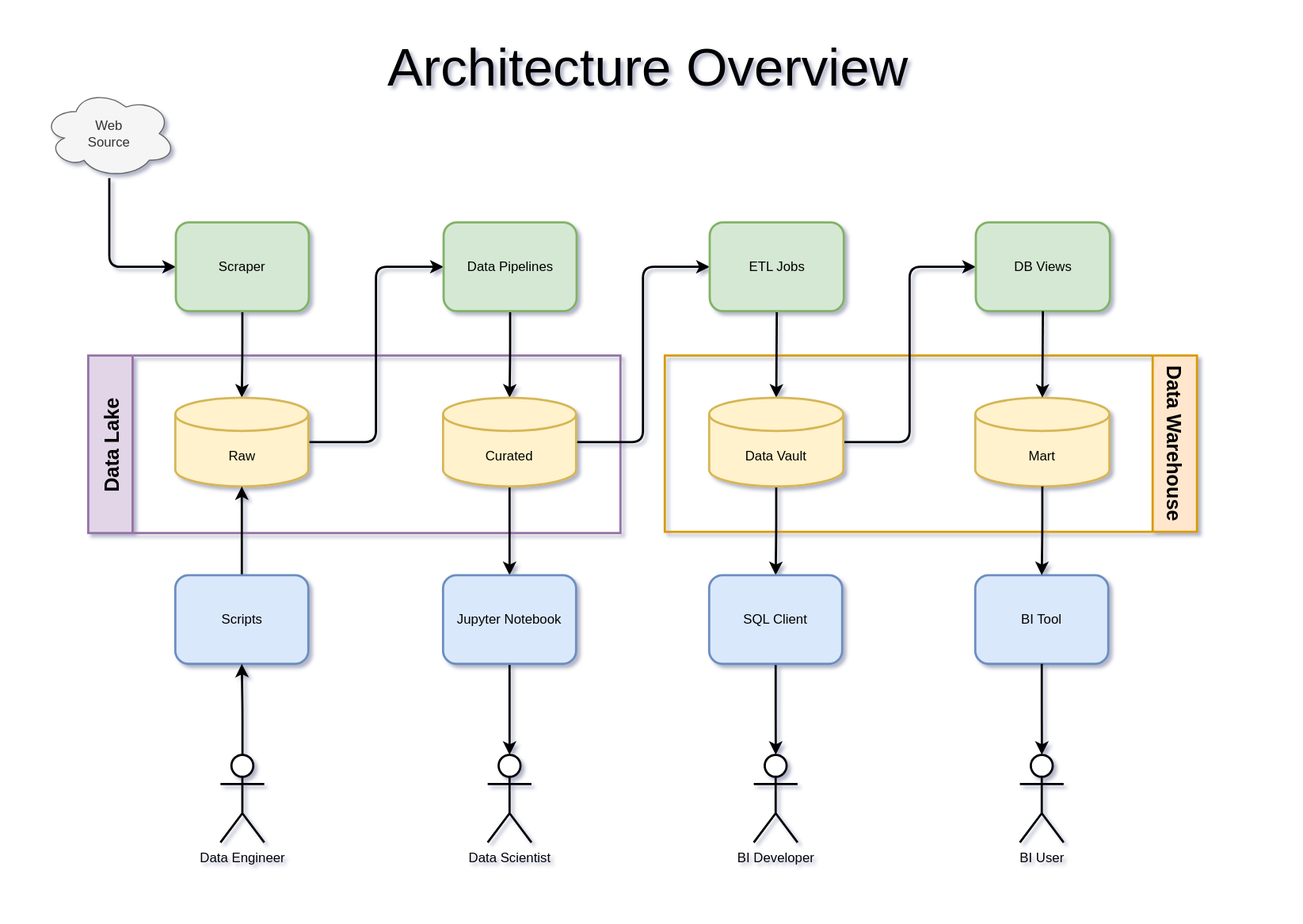
Earlier version of the draw.io export doc/architecture-overview.drawio.svg (petracarrion/job-market-analytics). Source tidied: cells renumbered, new cells last; positions are measured from the earlier drawing's top-left corner, leaving out a move shared by most shapes. Source of this version:
```xml
<mxGraphModel shadow="1">
  <root>
    <mxCell id="0" />
    <mxCell id="1" parent="0" />
    <mxCell id="2" value="Data Lake" style="swimlane;horizontal=0;fontSize=18;startSize=40;fillColor=#e1d5e7;strokeColor=#9673a6;strokeWidth=2;" parent="1" vertex="1">
      <mxGeometry x="41" y="280" width="480" height="160" as="geometry" />
    </mxCell>
    <mxCell id="3" value="Data Warehouse" style="swimlane;horizontal=0;fontSize=18;startSize=40;fillColor=#ffe6cc;strokeColor=#d79b00;rotation=-180;strokeWidth=2;" parent="1" vertex="1">
      <mxGeometry x="561" y="280" width="480" height="159" as="geometry" />
    </mxCell>
    <mxCell id="4" style="edgeStyle=orthogonalEdgeStyle;rounded=1;sketch=0;jumpStyle=arc;jettySize=auto;html=1;entryX=0;entryY=0.5;entryDx=0;entryDy=0;shadow=0;fontSize=18;fontColor=#E6E6E6;strokeWidth=2;" parent="1" edge="1" source="5" target="7">
      <mxGeometry relative="1" as="geometry" />
    </mxCell>
    <mxCell id="5" value="Web&lt;br&gt;Source" style="ellipse;shape=cloud;whiteSpace=wrap;html=1;fillColor=#f5f5f5;strokeColor=#666666;fontColor=#333333;" parent="1" vertex="1">
      <mxGeometry y="40" width="120" height="80" as="geometry" />
    </mxCell>
    <mxCell id="6" style="edgeStyle=orthogonalEdgeStyle;rounded=1;jettySize=auto;html=1;strokeWidth=2;" parent="1" edge="1" source="7" target="9">
      <mxGeometry relative="1" as="geometry" />
    </mxCell>
    <mxCell id="7" value="Scraper" style="rounded=1;whiteSpace=wrap;html=1;fillColor=#d5e8d4;strokeColor=#82b366;strokeWidth=2;perimeterSpacing=0;" parent="1" vertex="1">
      <mxGeometry x="120" y="160" width="120" height="80" as="geometry" />
    </mxCell>
    <mxCell id="8" style="edgeStyle=orthogonalEdgeStyle;rounded=1;jettySize=auto;html=1;entryX=0;entryY=0.5;entryDx=0;entryDy=0;strokeWidth=2;" parent="1" edge="1" source="9" target="11">
      <mxGeometry relative="1" as="geometry" />
    </mxCell>
    <mxCell id="9" value="Raw" style="shape=cylinder3;whiteSpace=wrap;html=1;boundedLbl=1;backgroundOutline=1;size=15;fillColor=#fff2cc;strokeColor=#d6b656;strokeWidth=2;perimeterSpacing=0;" parent="1" vertex="1">
      <mxGeometry x="119.5" y="318" width="120" height="80" as="geometry" />
    </mxCell>
    <mxCell id="10" style="edgeStyle=orthogonalEdgeStyle;rounded=1;jettySize=auto;html=1;strokeWidth=2;" parent="1" edge="1" source="11" target="14">
      <mxGeometry relative="1" as="geometry" />
    </mxCell>
    <mxCell id="11" value="Data Pipelines" style="rounded=1;whiteSpace=wrap;html=1;fillColor=#d5e8d4;strokeColor=#82b366;strokeWidth=2;perimeterSpacing=0;" parent="1" vertex="1">
      <mxGeometry x="361.5" y="160" width="120" height="80" as="geometry" />
    </mxCell>
    <mxCell id="12" style="edgeStyle=orthogonalEdgeStyle;rounded=1;jettySize=auto;html=1;entryX=0;entryY=0.5;entryDx=0;entryDy=0;strokeWidth=2;" parent="1" edge="1" source="14" target="16">
      <mxGeometry relative="1" as="geometry" />
    </mxCell>
    <mxCell id="13" style="edgeStyle=orthogonalEdgeStyle;rounded=1;jettySize=auto;html=1;entryX=0.5;entryY=0;entryDx=0;entryDy=0;fontSize=48;strokeWidth=2;" parent="1" edge="1" source="14" target="25">
      <mxGeometry relative="1" as="geometry" />
    </mxCell>
    <mxCell id="14" value="Curated" style="shape=cylinder3;whiteSpace=wrap;html=1;boundedLbl=1;backgroundOutline=1;size=15;fillColor=#fff2cc;strokeColor=#d6b656;strokeWidth=2;perimeterSpacing=0;" parent="1" vertex="1">
      <mxGeometry x="361" y="318" width="120" height="80" as="geometry" />
    </mxCell>
    <mxCell id="15" style="edgeStyle=orthogonalEdgeStyle;rounded=1;jettySize=auto;html=1;entryX=0.5;entryY=0;entryDx=0;entryDy=0;entryPerimeter=0;strokeWidth=2;jumpStyle=arc;shadow=0;sketch=0;" parent="1" edge="1" source="16" target="19">
      <mxGeometry relative="1" as="geometry" />
    </mxCell>
    <mxCell id="16" value="ETL Jobs" style="rounded=1;whiteSpace=wrap;html=1;fillColor=#d5e8d4;strokeColor=#82b366;strokeWidth=2;perimeterSpacing=0;" parent="1" vertex="1">
      <mxGeometry x="601.5" y="160" width="121" height="80" as="geometry" />
    </mxCell>
    <mxCell id="17" style="edgeStyle=orthogonalEdgeStyle;rounded=1;jettySize=auto;html=1;strokeWidth=2;" parent="1" edge="1" source="19" target="21">
      <mxGeometry relative="1" as="geometry" />
    </mxCell>
    <mxCell id="18" style="edgeStyle=orthogonalEdgeStyle;rounded=1;sketch=0;jumpStyle=arc;jettySize=auto;html=1;entryX=0;entryY=0.5;entryDx=0;entryDy=0;shadow=0;fontSize=18;fontColor=#E6E6E6;strokeWidth=2;" parent="1" edge="1" source="19" target="31">
      <mxGeometry relative="1" as="geometry" />
    </mxCell>
    <mxCell id="19" value="Data Vault" style="shape=cylinder3;whiteSpace=wrap;html=1;boundedLbl=1;backgroundOutline=1;size=15;fillColor=#fff2cc;strokeColor=#d6b656;strokeWidth=2;perimeterSpacing=0;" parent="1" vertex="1">
      <mxGeometry x="601" y="318" width="121" height="80" as="geometry" />
    </mxCell>
    <mxCell id="20" style="edgeStyle=orthogonalEdgeStyle;rounded=1;jettySize=auto;html=1;strokeWidth=2;" parent="1" edge="1" source="21" target="22">
      <mxGeometry relative="1" as="geometry" />
    </mxCell>
    <mxCell id="21" value="SQL Client" style="rounded=1;whiteSpace=wrap;html=1;fillColor=#dae8fc;strokeColor=#6c8ebf;strokeWidth=2;" parent="1" vertex="1">
      <mxGeometry x="601" y="478" width="120" height="80" as="geometry" />
    </mxCell>
    <mxCell id="22" value="BI Developer" style="shape=umlActor;verticalLabelPosition=bottom;verticalAlign=top;html=1;outlineConnect=0;strokeWidth=2;" parent="1" vertex="1">
      <mxGeometry x="641.2" y="640" width="39.5" height="79" as="geometry" />
    </mxCell>
    <mxCell id="23" value="Architecture Overview" style="text;html=1;strokeColor=none;fillColor=none;align=center;verticalAlign=middle;whiteSpace=wrap;rounded=0;fontSize=48;" parent="1" vertex="1">
      <mxGeometry x="286" width="520" height="40" as="geometry" />
    </mxCell>
    <mxCell id="24" style="edgeStyle=orthogonalEdgeStyle;rounded=1;jettySize=auto;html=1;entryX=0.5;entryY=0;entryDx=0;entryDy=0;entryPerimeter=0;fontSize=48;strokeWidth=2;" parent="1" edge="1" source="25" target="26">
      <mxGeometry relative="1" as="geometry" />
    </mxCell>
    <mxCell id="25" value="Jupyter Notebook" style="rounded=1;whiteSpace=wrap;html=1;fillColor=#dae8fc;strokeColor=#6c8ebf;strokeWidth=2;" parent="1" vertex="1">
      <mxGeometry x="361" y="478" width="120" height="80" as="geometry" />
    </mxCell>
    <mxCell id="26" value="Data Scientist" style="shape=umlActor;verticalLabelPosition=bottom;verticalAlign=top;html=1;outlineConnect=0;strokeWidth=2;" parent="1" vertex="1">
      <mxGeometry x="401.2" y="640" width="39.5" height="79" as="geometry" />
    </mxCell>
    <mxCell id="27" style="edgeStyle=orthogonalEdgeStyle;rounded=1;jettySize=auto;html=1;entryX=0.5;entryY=1;entryDx=0;entryDy=0;entryPerimeter=0;fontSize=48;strokeWidth=2;" parent="1" edge="1" source="28" target="9">
      <mxGeometry relative="1" as="geometry" />
    </mxCell>
    <mxCell id="28" value="Scripts" style="rounded=1;whiteSpace=wrap;html=1;fillColor=#dae8fc;strokeColor=#6c8ebf;strokeWidth=2;" parent="1" vertex="1">
      <mxGeometry x="119.5" y="478" width="120" height="80" as="geometry" />
    </mxCell>
    <mxCell id="29" style="edgeStyle=orthogonalEdgeStyle;rounded=1;jettySize=auto;html=1;fontSize=48;strokeWidth=2;" parent="1" edge="1" source="30" target="28">
      <mxGeometry relative="1" as="geometry" />
    </mxCell>
    <mxCell id="30" value="Data Engineer" style="shape=umlActor;verticalLabelPosition=bottom;verticalAlign=top;html=1;outlineConnect=0;strokeWidth=2;" parent="1" vertex="1">
      <mxGeometry x="160.2" y="640" width="39.5" height="79" as="geometry" />
    </mxCell>
    <mxCell id="31" value="DB Views" style="rounded=1;whiteSpace=wrap;html=1;fillColor=#d5e8d4;strokeColor=#82b366;strokeWidth=2;perimeterSpacing=0;" parent="1" vertex="1">
      <mxGeometry x="841.5" y="160" width="121" height="80" as="geometry" />
    </mxCell>
    <mxCell id="32" value="Mart" style="shape=cylinder3;whiteSpace=wrap;html=1;boundedLbl=1;backgroundOutline=1;size=15;fillColor=#fff2cc;strokeColor=#d6b656;strokeWidth=2;perimeterSpacing=0;" parent="1" vertex="1">
      <mxGeometry x="841" y="318" width="121" height="80" as="geometry" />
    </mxCell>
    <mxCell id="33" style="edgeStyle=orthogonalEdgeStyle;rounded=1;jettySize=auto;html=1;entryX=0.5;entryY=0;entryDx=0;entryDy=0;entryPerimeter=0;strokeWidth=2;jumpStyle=arc;shadow=0;sketch=0;" parent="1" edge="1" source="31" target="32">
      <mxGeometry relative="1" as="geometry" />
    </mxCell>
    <mxCell id="34" value="BI Tool" style="rounded=1;whiteSpace=wrap;html=1;fillColor=#dae8fc;strokeColor=#6c8ebf;strokeWidth=2;" parent="1" vertex="1">
      <mxGeometry x="841" y="478" width="120" height="80" as="geometry" />
    </mxCell>
    <mxCell id="35" style="edgeStyle=orthogonalEdgeStyle;rounded=1;jettySize=auto;html=1;strokeWidth=2;" parent="1" edge="1" source="32" target="34">
      <mxGeometry relative="1" as="geometry" />
    </mxCell>
    <mxCell id="36" value="BI User" style="shape=umlActor;verticalLabelPosition=bottom;verticalAlign=top;html=1;outlineConnect=0;strokeWidth=2;" parent="1" vertex="1">
      <mxGeometry x="881.2" y="640" width="39.5" height="79" as="geometry" />
    </mxCell>
    <mxCell id="37" style="edgeStyle=orthogonalEdgeStyle;rounded=1;jettySize=auto;html=1;strokeWidth=2;" parent="1" edge="1" source="34" target="36">
      <mxGeometry relative="1" as="geometry" />
    </mxCell>
  </root>
</mxGraphModel>
```
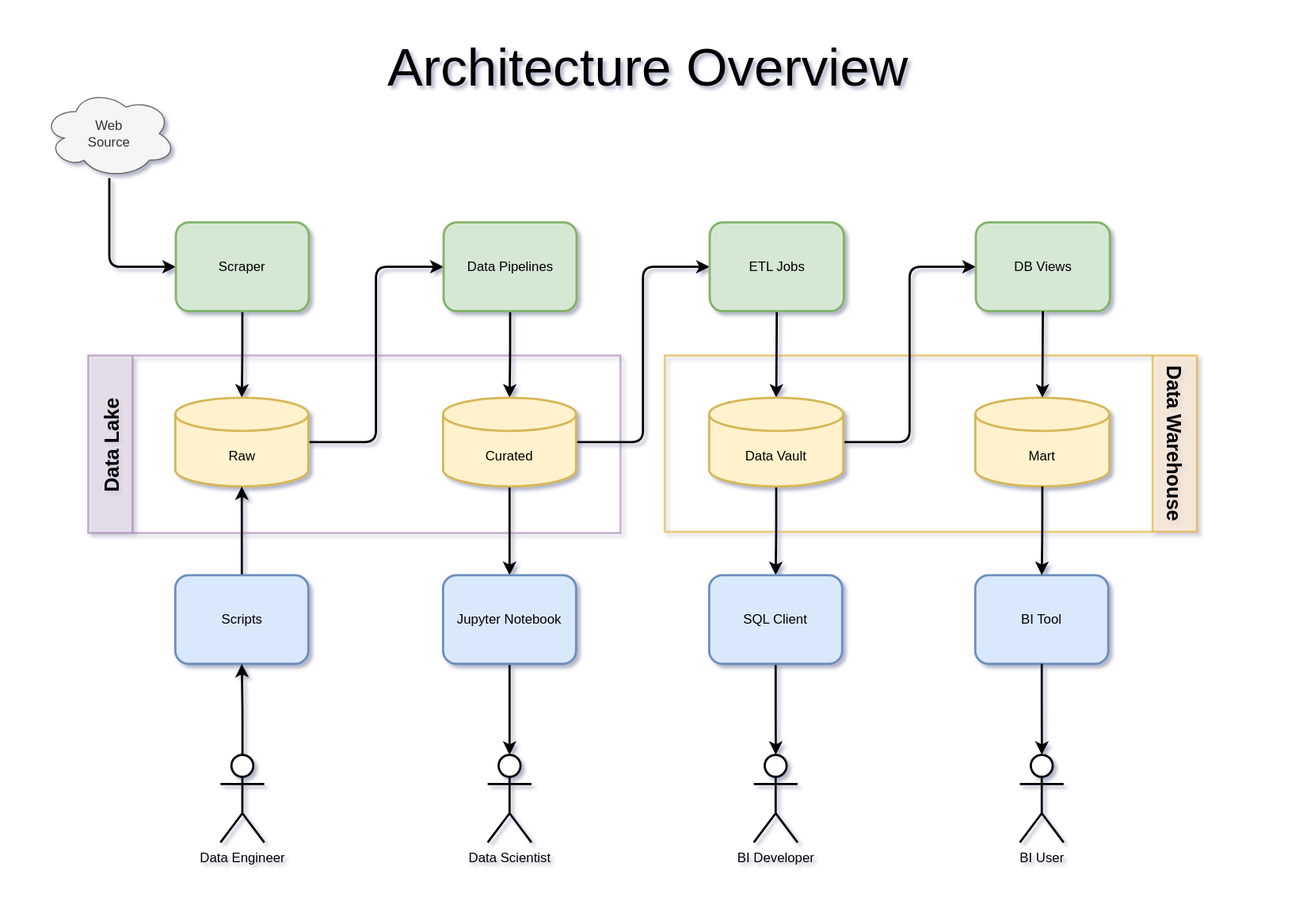
Later version of the same file.

Diff of the diagram source:
```diff
@@ -2,10 +2,10 @@
   <root>
     <mxCell id="0" />
     <mxCell id="1" parent="0" />
-    <mxCell id="2" value="Data Lake" style="swimlane;horizontal=0;fontSize=18;startSize=40;fillColor=#e1d5e7;strokeColor=#9673a6;strokeWidth=2;" parent="1" vertex="1">
+    <mxCell id="2" value="Data Lake" style="swimlane;horizontal=0;fontSize=18;startSize=40;fillColor=#e1d5e7;strokeColor=#9673a6;strokeWidth=2;opacity=50;" parent="1" vertex="1">
       <mxGeometry x="41" y="280" width="480" height="160" as="geometry" />
     </mxCell>
-    <mxCell id="3" value="Data Warehouse" style="swimlane;horizontal=0;fontSize=18;startSize=40;fillColor=#ffe6cc;strokeColor=#d79b00;rotation=-180;strokeWidth=2;" parent="1" vertex="1">
+    <mxCell id="3" value="Data Warehouse" style="swimlane;horizontal=0;fontSize=18;startSize=40;fillColor=#ffe6cc;strokeColor=#d79b00;rotation=-180;strokeWidth=2;opacity=50;" parent="1" vertex="1">
       <mxGeometry x="561" y="280" width="480" height="159" as="geometry" />
     </mxCell>
     <mxCell id="4" style="edgeStyle=orthogonalEdgeStyle;rounded=1;sketch=0;jumpStyle=arc;jettySize=auto;html=1;entryX=0;entryY=0.5;entryDx=0;entryDy=0;shadow=0;fontSize=18;fontColor=#E6E6E6;strokeWidth=2;" parent="1" edge="1" source="5" target="7">
```
